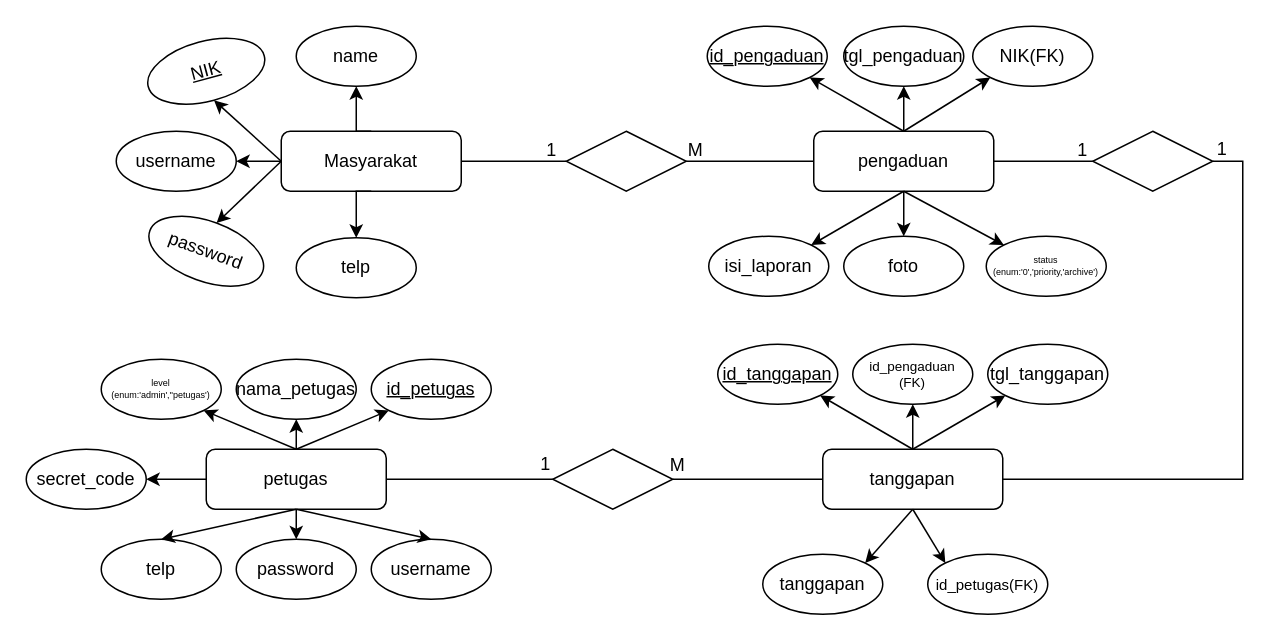
Mahklvk/laporanMasyarakatPreparation keeps this draw.io diagram as ERDs.drawio. Above is the earlier version. Source tidied: cells renumbered, new cells numbered last; positions are measured from the earlier drawing's top-left corner, leaving out a move shared by most shapes. Both pictures are drawn from the tidied source at 150%, with x=0, y=0 at pixel (26, 26).
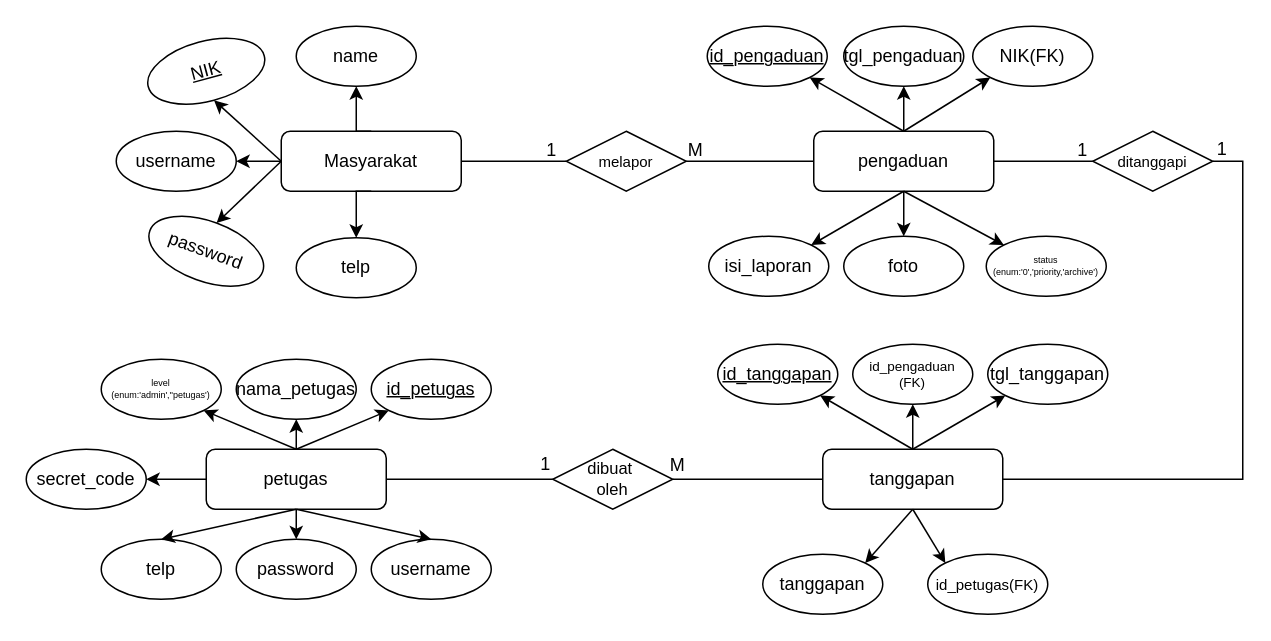
Above is the later version.

The edit, as a diff of the source:
```diff
@@
-    <mxCell id="56" style="rhombus;whiteSpace=wrap;html=1;fillColor=none;" parent="1" vertex="1">
+    <mxCell id="56" value="melapor" style="rhombus;whiteSpace=wrap;html=1;fillColor=none;fontSize=10;" parent="1" vertex="1">
       <mxGeometry x="360" y="70" width="80" height="40" as="geometry" />
     </mxCell>
@@
-    <mxCell id="60" style="rhombus;whiteSpace=wrap;html=1;fillColor=none;" parent="1" vertex="1">
+    <mxCell id="60" value="ditanggapi" style="rhombus;whiteSpace=wrap;html=1;fillColor=none;fontSize=10;" parent="1" vertex="1">
       <mxGeometry x="711" y="70" width="80" height="40" as="geometry" />
     </mxCell>
@@
-    <mxCell id="63" style="rhombus;whiteSpace=wrap;html=1;fillColor=none;" parent="1" vertex="1">
+    <mxCell id="63" value="dibuat&amp;nbsp;&lt;div&gt;oleh&lt;/div&gt;" style="rhombus;whiteSpace=wrap;html=1;fillColor=none;fontSize=11;" parent="1" vertex="1">
       <mxGeometry x="351" y="282" width="80" height="40" as="geometry" />
     </mxCell>
```
